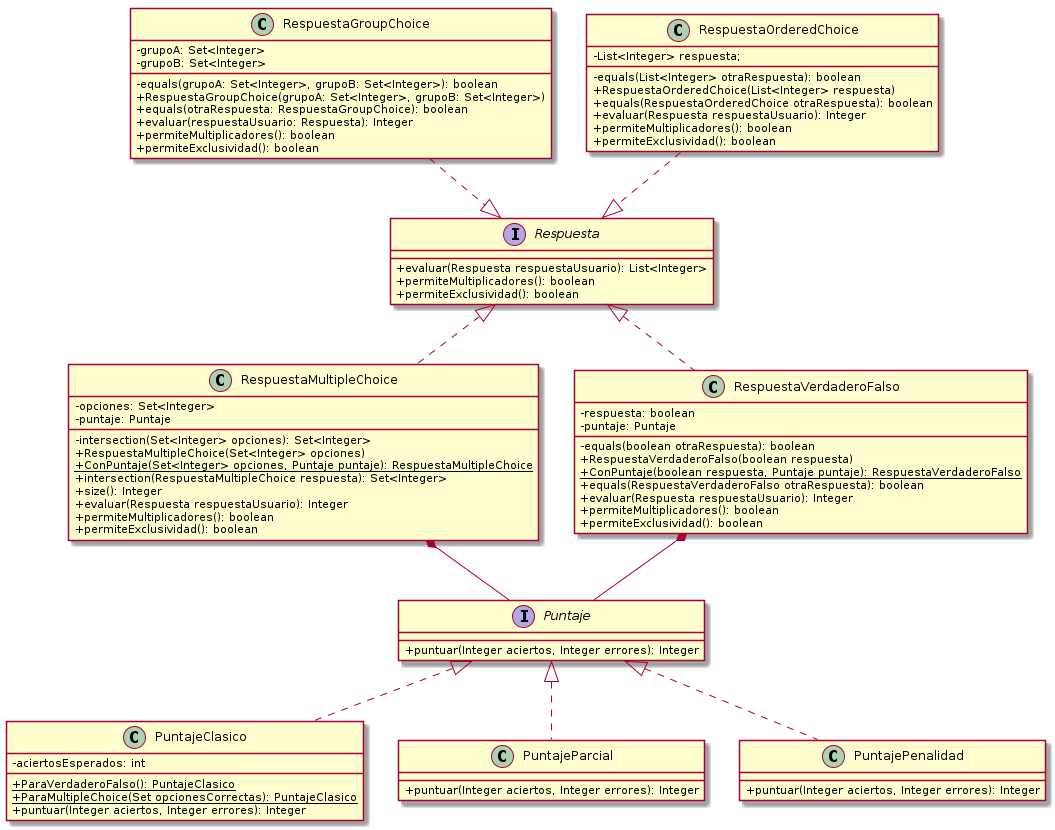
Earlier version of the PlantUML export Documentacion/out/Diagramas de Clases/Diagrama de Clases Respuestas/Diagrama de Clases Respuestas.png (gcc-cdimatteo/Algoritmos-y-Programacion-III-75.07). The source it was exported from:
```plantuml
@startuml
skinparam classAttributeIconSize 0

interface Puntaje {
    + puntuar(Integer aciertos, Integer errores): Integer
}

class PuntajeClasico {
    - aciertosEsperados: int
    + {static} ParaVerdaderoFalso(): PuntajeClasico
    + {static} ParaMultipleChoice(Set opcionesCorrectas): PuntajeClasico
    + puntuar(Integer aciertos, Integer errores): Integer
}

class PuntajeParcial {
    + puntuar(Integer aciertos, Integer errores): Integer
}

class PuntajePenalidad {
    + puntuar(Integer aciertos, Integer errores): Integer
}

interface Respuesta {
    + evaluar(Respuesta respuestaUsuario): List<Integer>
    + permiteMultiplicadores(): boolean
    + permiteExclusividad(): boolean
}

class RespuestaGroupChoice {
    - grupoA: Set<Integer>
    - grupoB: Set<Integer>
    - equals(grupoA: Set<Integer>, grupoB: Set<Integer>): boolean
    + RespuestaGroupChoice(grupoA: Set<Integer>, grupoB: Set<Integer>)
    + equals(otraRespuesta: RespuestaGroupChoice): boolean
    + evaluar(respuestaUsuario: Respuesta): Integer
    + permiteMultiplicadores(): boolean
    + permiteExclusividad(): boolean
}

class RespuestaMultipleChoice {
    - opciones: Set<Integer>
    - puntaje: Puntaje
    - intersection(Set<Integer> opciones): Set<Integer>
    + RespuestaMultipleChoice(Set<Integer> opciones)
    + {static} ConPuntaje(Set<Integer> opciones, Puntaje puntaje): RespuestaMultipleChoice
    + intersection(RespuestaMultipleChoice respuesta): Set<Integer>
    + size(): Integer
    + evaluar(Respuesta respuestaUsuario): Integer
    + permiteMultiplicadores(): boolean
    + permiteExclusividad(): boolean
}

class RespuestaVerdaderoFalso {
    - respuesta: boolean
    - puntaje: Puntaje
    - equals(boolean otraRespuesta): boolean
    + RespuestaVerdaderoFalso(boolean respuesta)
    + {static} ConPuntaje(boolean respuesta, Puntaje puntaje): RespuestaVerdaderoFalso
    + equals(RespuestaVerdaderoFalso otraRespuesta): boolean
    + evaluar(Respuesta respuestaUsuario): Integer
    + permiteMultiplicadores(): boolean
    + permiteExclusividad(): boolean
}

class RespuestaOrderedChoice {
    - List<Integer> respuesta;
    - equals(List<Integer> otraRespuesta): boolean
    + RespuestaOrderedChoice(List<Integer> respuesta)
    + equals(RespuestaOrderedChoice otraRespuesta): boolean
    + evaluar(Respuesta respuestaUsuario): Integer
    + permiteMultiplicadores(): boolean
    + permiteExclusividad(): boolean
}





RespuestaVerdaderoFalso *-- Puntaje
RespuestaMultipleChoice *-- Puntaje


RespuestaGroupChoice .down.|> Respuesta
RespuestaMultipleChoice .up.|> Respuesta
RespuestaOrderedChoice .down.|> Respuesta
RespuestaVerdaderoFalso .up.|> Respuesta
PuntajeClasico .up.|> Puntaje
PuntajePenalidad .up.|> Puntaje
PuntajeParcial .up.|> Puntaje


@enduml
```
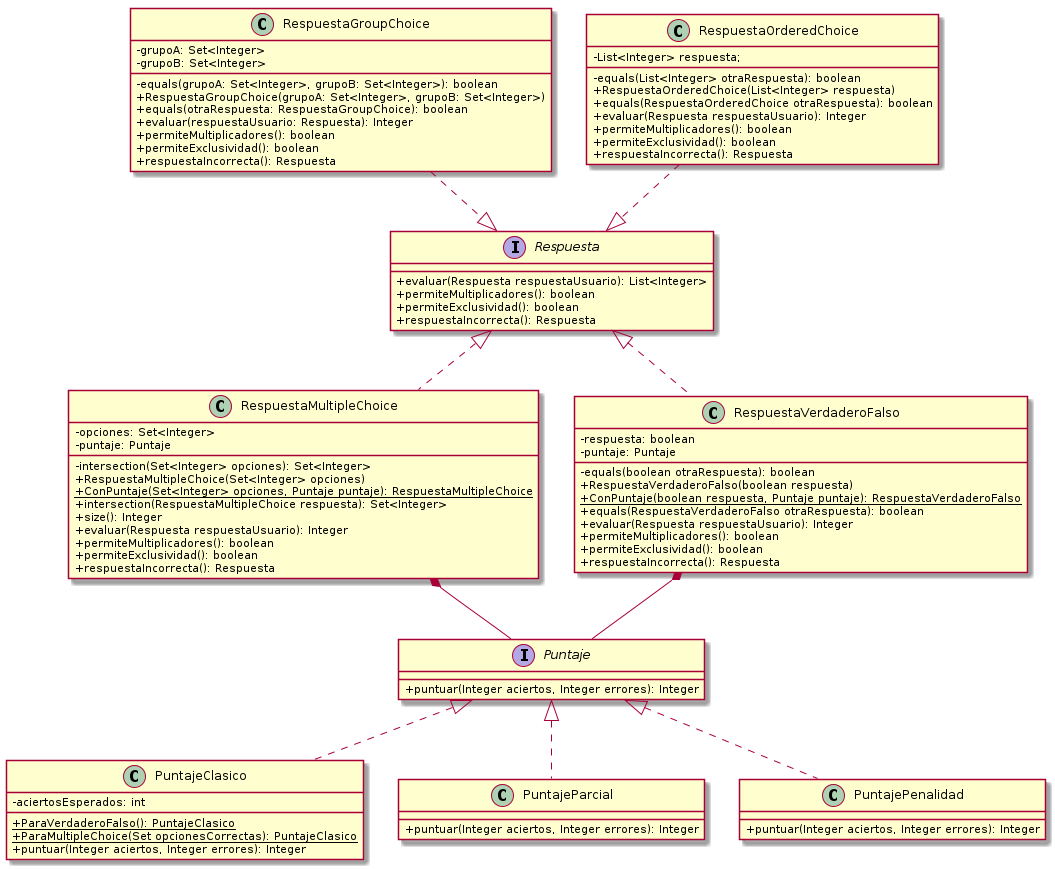
Later version of the same file.

What changed in the source:
```diff
@@ -24,6 +24,7 @@
     + evaluar(Respuesta respuestaUsuario): List<Integer>
     + permiteMultiplicadores(): boolean
     + permiteExclusividad(): boolean
+    + respuestaIncorrecta(): Respuesta
 }
 
 class RespuestaGroupChoice {
@@ -35,6 +36,7 @@
     + evaluar(respuestaUsuario: Respuesta): Integer
     + permiteMultiplicadores(): boolean
     + permiteExclusividad(): boolean
+    + respuestaIncorrecta(): Respuesta
 }
 
 class RespuestaMultipleChoice {
@@ -48,6 +50,7 @@
     + evaluar(Respuesta respuestaUsuario): Integer
     + permiteMultiplicadores(): boolean
     + permiteExclusividad(): boolean
+    + respuestaIncorrecta(): Respuesta
 }
 
 class RespuestaVerdaderoFalso {
@@ -60,6 +63,7 @@
     + evaluar(Respuesta respuestaUsuario): Integer
     + permiteMultiplicadores(): boolean
     + permiteExclusividad(): boolean
+    + respuestaIncorrecta(): Respuesta
 }
 
 class RespuestaOrderedChoice {
@@ -70,6 +74,7 @@
     + evaluar(Respuesta respuestaUsuario): Integer
     + permiteMultiplicadores(): boolean
     + permiteExclusividad(): boolean
+    + respuestaIncorrecta(): Respuesta
 }
 
 
```
